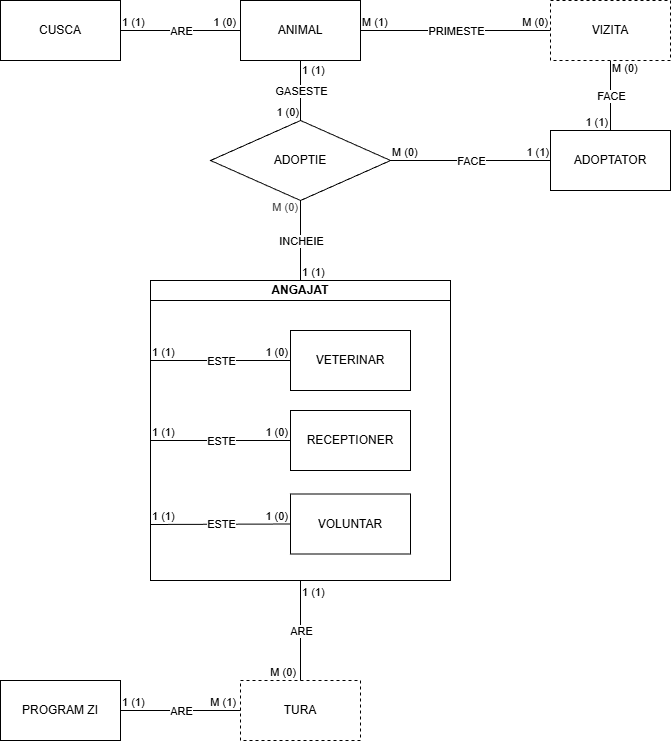
Above: resurse/img/schema-er-platforma-adoptii.png in Vlad576/Proiect-platforma-adoptii (draw.io), before the change. Source tidied: cells renumbered, new cells last; positions are measured from the earlier drawing's top-left corner, leaving out a move shared by most shapes.
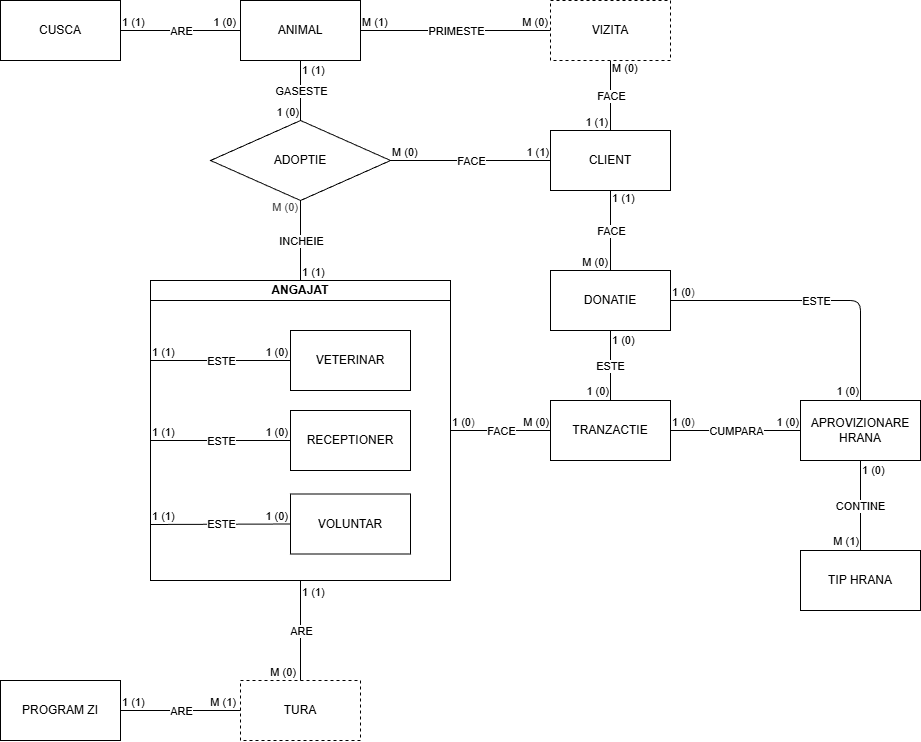
After the commit.

Commit message:
export imagini

What changed in the source:
```diff
@@ -5,7 +5,7 @@
     <mxCell id="2" value="ANIMAL" style="rounded=0;whiteSpace=wrap;html=1;" parent="1" vertex="1">
       <mxGeometry x="240" width="120" height="60" as="geometry" />
     </mxCell>
-    <mxCell id="3" value="ADOPTATOR" style="rounded=0;whiteSpace=wrap;html=1;" parent="1" vertex="1">
+    <mxCell id="3" value="CLIENT" style="rounded=0;whiteSpace=wrap;html=1;" parent="1" vertex="1">
       <mxGeometry x="550" y="130" width="120" height="60" as="geometry" />
     </mxCell>
     <mxCell id="4" value="ADOPTIE" style="rhombus;whiteSpace=wrap;html=1;" parent="1" vertex="1">
@@ -207,5 +207,107 @@
     <mxCell id="57" value="VIZITA" style="rounded=0;whiteSpace=wrap;html=1;dashed=1;" parent="1" vertex="1">
       <mxGeometry x="550" width="120" height="60" as="geometry" />
     </mxCell>
+    <mxCell id="58" value="TRANZACTIE" style="rounded=0;whiteSpace=wrap;html=1;" parent="1" vertex="1">
+      <mxGeometry x="550" y="400" width="120" height="60" as="geometry" />
+    </mxCell>
+    <mxCell id="59" style="endArrow=none;html=1;exitX=1;exitY=0.5;exitDx=0;exitDy=0;entryX=0;entryY=0.5;entryDx=0;entryDy=0;endFill=0;" parent="1" edge="1" source="6" target="58">
+      <mxGeometry relative="1" as="geometry" />
+    </mxCell>
+    <mxCell id="60" value="FACE" style="edgeLabel;html=1;align=center;verticalAlign=middle;" parent="59" vertex="1">
+      <mxGeometry relative="1" as="geometry" />
+    </mxCell>
+    <mxCell id="61" value="1 (0&lt;span style=&quot;color: rgb(63, 63, 63); background-color: light-dark(#ffffff, var(--ge-dark-color, #121212));&quot;&gt;)&lt;/span&gt;" style="edgeLabel;html=1;align=left;verticalAlign=bottom;" parent="59" vertex="1">
+      <mxGeometry x="-1" relative="1" as="geometry" />
+    </mxCell>
+    <mxCell id="62" value="M (0)" style="edgeLabel;html=1;align=right;verticalAlign=bottom;" parent="59" vertex="1">
+      <mxGeometry x="1" relative="1" as="geometry">
+        <mxPoint x="-1" as="offset" />
+      </mxGeometry>
+    </mxCell>
+    <mxCell id="63" value="DONATIE" style="rounded=0;whiteSpace=wrap;html=1;" parent="1" vertex="1">
+      <mxGeometry x="550" y="270" width="120" height="60" as="geometry" />
+    </mxCell>
+    <mxCell id="64" value="APROVIZIONARE&lt;div&gt;HRANA&lt;/div&gt;" style="rounded=0;whiteSpace=wrap;html=1;" parent="1" vertex="1">
+      <mxGeometry x="800" y="400" width="120" height="60" as="geometry" />
+    </mxCell>
+    <mxCell id="65" value="TIP HRANA" style="rounded=0;whiteSpace=wrap;html=1;" parent="1" vertex="1">
+      <mxGeometry x="800" y="550" width="120" height="60" as="geometry" />
+    </mxCell>
+    <mxCell id="66" value="ESTE" style="endArrow=none;html=1;exitX=0.5;exitY=1;exitDx=0;exitDy=0;endFill=0;" parent="1" edge="1" source="63">
+      <mxGeometry relative="1" as="geometry">
+        <mxPoint x="610" y="400" as="targetPoint" />
+      </mxGeometry>
+    </mxCell>
+    <mxCell id="67" value="1 (0)" style="edgeLabel;html=1;align=left;verticalAlign=bottom;" parent="66" vertex="1">
+      <mxGeometry x="-1" relative="1" as="geometry">
+        <mxPoint y="18" as="offset" />
+      </mxGeometry>
+    </mxCell>
+    <mxCell id="68" value="1 (0)" style="edgeLabel;html=1;align=right;verticalAlign=bottom;" parent="66" vertex="1">
+      <mxGeometry x="1" relative="1" as="geometry">
+        <mxPoint x="-1" y="-1" as="offset" />
+      </mxGeometry>
+    </mxCell>
+    <mxCell id="69" style="endArrow=none;html=1;exitX=1;exitY=0.5;exitDx=0;exitDy=0;entryX=0;entryY=0.5;entryDx=0;entryDy=0;endFill=0;" parent="1" edge="1" source="58" target="64">
+      <mxGeometry relative="1" as="geometry" />
+    </mxCell>
+    <mxCell id="70" value="CUMPARA" style="edgeLabel;html=1;align=center;verticalAlign=middle;" parent="69" vertex="1">
+      <mxGeometry relative="1" as="geometry" />
+    </mxCell>
+    <mxCell id="71" value="1 (0&lt;span style=&quot;color: rgb(63, 63, 63); background-color: light-dark(#ffffff, var(--ge-dark-color, #121212));&quot;&gt;)&lt;/span&gt;" style="edgeLabel;html=1;align=left;verticalAlign=bottom;" parent="69" vertex="1">
+      <mxGeometry x="-1" relative="1" as="geometry" />
+    </mxCell>
+    <mxCell id="72" value="1 (0)" style="edgeLabel;html=1;align=right;verticalAlign=bottom;" parent="69" vertex="1">
+      <mxGeometry x="1" relative="1" as="geometry">
+        <mxPoint x="-1" as="offset" />
+      </mxGeometry>
+    </mxCell>
+    <mxCell id="73" value="CONTINE" style="endArrow=none;html=1;entryX=0.5;entryY=0;entryDx=0;entryDy=0;endFill=0;exitX=0.5;exitY=1;exitDx=0;exitDy=0;" parent="1" edge="1" source="64" target="65">
+      <mxGeometry relative="1" as="geometry" />
+    </mxCell>
+    <mxCell id="74" value="1 (0)" style="edgeLabel;html=1;align=left;verticalAlign=bottom;" parent="73" vertex="1">
+      <mxGeometry x="-1" relative="1" as="geometry">
+        <mxPoint y="18" as="offset" />
+      </mxGeometry>
+    </mxCell>
+    <mxCell id="75" value="M (1)" style="edgeLabel;html=1;align=right;verticalAlign=bottom;" parent="73" vertex="1">
+      <mxGeometry x="1" relative="1" as="geometry">
+        <mxPoint x="-1" y="-1" as="offset" />
+      </mxGeometry>
+    </mxCell>
+    <mxCell id="76" style="endArrow=none;html=1;exitX=1;exitY=0.5;exitDx=0;exitDy=0;entryX=0.5;entryY=0;entryDx=0;entryDy=0;endFill=0;" parent="1" edge="1" source="63" target="64">
+      <mxGeometry relative="1" as="geometry">
+        <Array as="points">
+          <mxPoint x="860" y="300" />
+        </Array>
+      </mxGeometry>
+    </mxCell>
+    <mxCell id="77" value="ESTE" style="edgeLabel;html=1;align=center;verticalAlign=middle;" parent="76" vertex="1">
+      <mxGeometry relative="1" as="geometry" />
+    </mxCell>
+    <mxCell id="78" value="1 (0&lt;span style=&quot;color: rgb(63, 63, 63); background-color: light-dark(#ffffff, var(--ge-dark-color, #121212));&quot;&gt;)&lt;/span&gt;" style="edgeLabel;html=1;align=left;verticalAlign=bottom;" parent="76" vertex="1">
+      <mxGeometry x="-1" relative="1" as="geometry" />
+    </mxCell>
+    <mxCell id="79" value="1 (0)" style="edgeLabel;html=1;align=right;verticalAlign=bottom;" parent="76" vertex="1">
+      <mxGeometry x="1" relative="1" as="geometry">
+        <mxPoint x="-1" y="-1" as="offset" />
+      </mxGeometry>
+    </mxCell>
+    <mxCell id="80" style="endArrow=none;html=1;entryX=0.5;entryY=0;entryDx=0;entryDy=0;endFill=0;exitX=0.5;exitY=1;exitDx=0;exitDy=0;" parent="1" edge="1" source="3" target="63">
+      <mxGeometry relative="1" as="geometry" />
+    </mxCell>
+    <mxCell id="81" value="FACE" style="edgeLabel;html=1;align=center;verticalAlign=middle;" parent="80" vertex="1">
+      <mxGeometry relative="1" as="geometry" />
+    </mxCell>
+    <mxCell id="82" value="1 (1)" style="edgeLabel;html=1;align=left;verticalAlign=bottom;" parent="80" vertex="1">
+      <mxGeometry x="-1" relative="1" as="geometry">
+        <mxPoint y="16" as="offset" />
+      </mxGeometry>
+    </mxCell>
+    <mxCell id="83" value="M (0)" style="edgeLabel;html=1;align=right;verticalAlign=bottom;" parent="80" vertex="1">
+      <mxGeometry x="1" relative="1" as="geometry">
+        <mxPoint x="-2" as="offset" />
+      </mxGeometry>
+    </mxCell>
   </root>
 </mxGraphModel>
```
